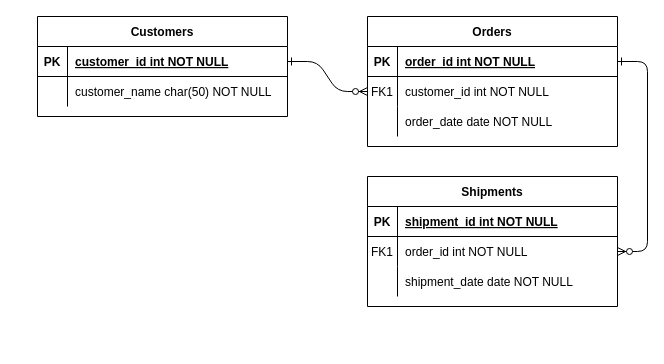
Above: db/Diagrama sin título.drawio in Mathi21as/SomosCultura (draw.io), before the change. Source tidied: cells renumbered, new cells numbered last; positions are measured from the earlier drawing's top-left corner, leaving out a move shared by most shapes. Both pictures are drawn from the tidied source at 100%, with x=0, y=0 at pixel (37, 16).
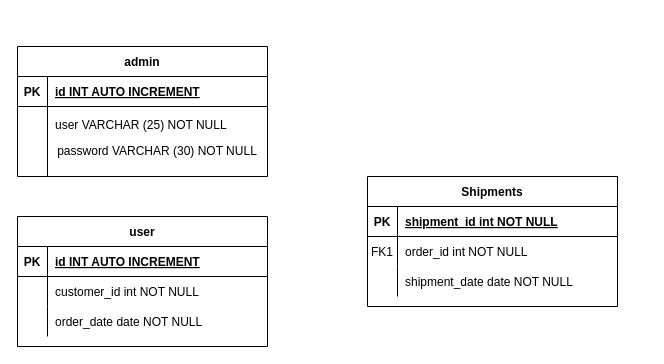
The same page after the edit.

The change refers to these unchanged cells:
```xml
<mxCell id="5" style="shape=partialRectangle;fillColor=none;points=[[0,0.5],[1,0.5]];portConstraint=eastwest;top=0;left=0;right=0;bottom=1;" parent="4" vertex="1">
  <mxGeometry y="30" width="250" height="30" as="geometry" />
</mxCell>
<mxCell id="8" style="shape=partialRectangle;fillColor=none;points=[[0,0.5],[1,0.5]];portConstraint=eastwest;top=0;left=0;right=0;bottom=0;" parent="4" vertex="1">
  <mxGeometry y="60" width="250" height="30" as="geometry" />
</mxCell>
<mxCell id="18" style="shape=partialRectangle;fillColor=none;points=[[0,0.5],[1,0.5]];portConstraint=eastwest;top=0;left=0;right=0;bottom=0;" parent="14" vertex="1">
  <mxGeometry y="60" width="250" height="30" as="geometry" />
</mxCell>
<mxCell id="25" style="shape=partialRectangle;fillColor=none;points=[[0,0.5],[1,0.5]];portConstraint=eastwest;top=0;left=0;right=0;bottom=1;" parent="24" vertex="1">
  <mxGeometry y="30" width="250" height="30" as="geometry" />
</mxCell>
```

Diff of the diagram source:
```diff
@@
-    <mxCell id="2" style="edgeStyle=entityRelationEdgeStyle;endArrow=ERzeroToMany;startArrow=ERone;endFill=1;startFill=0;" parent="1" edge="1" source="25" target="8">
-      <mxGeometry relative="1" as="geometry" />
-    </mxCell>
-    <mxCell id="3" style="edgeStyle=entityRelationEdgeStyle;endArrow=ERzeroToMany;startArrow=ERone;endFill=1;startFill=0;" parent="1" edge="1" source="5" target="18">
-      <mxGeometry relative="1" as="geometry" />
-    </mxCell>
-    <mxCell id="4" value="Orders" style="shape=table;startSize=30;childLayout=tableLayout;rowLines=0;fontStyle=1;align=center;" parent="1" vertex="1">
-      <mxGeometry x="330" width="250" height="130" as="geometry" />
+    <mxCell id="4" value="user" style="shape=table;startSize=30;childLayout=tableLayout;rowLines=0;fontStyle=1;align=center;" parent="1" vertex="1">
+      <mxGeometry x="-20" y="200" width="250" height="130" as="geometry" />
     </mxCell>
@@
-    <mxCell id="7" value="order_id int NOT NULL " style="shape=partialRectangle;overflow=hidden;fillColor=none;top=0;left=0;bottom=0;right=0;align=left;spacingLeft=6;fontStyle=5;" parent="5" vertex="1">
+    <mxCell id="7" value="id INT AUTO INCREMENT" style="shape=partialRectangle;overflow=hidden;fillColor=none;top=0;left=0;bottom=0;right=0;align=left;spacingLeft=6;fontStyle=5;" parent="5" vertex="1">
       <mxGeometry x="30" width="220" height="30" as="geometry" />
     </mxCell>
@@
-    <mxCell id="9" value="FK1" style="shape=partialRectangle;overflow=hidden;fillColor=none;top=0;left=0;bottom=0;right=0;" parent="8" vertex="1">
+    <mxCell id="9" style="shape=partialRectangle;overflow=hidden;fillColor=none;top=0;left=0;bottom=0;right=0;" parent="8" vertex="1">
       <mxGeometry width="30" height="30" as="geometry" />
     </mxCell>
@@
-    <mxCell id="24" value="Customers" style="shape=table;startSize=30;childLayout=tableLayout;rowLines=0;fontStyle=1;align=center;" parent="1" vertex="1">
-      <mxGeometry width="250" height="100" as="geometry" />
+    <mxCell id="24" value="admin" style="shape=table;startSize=30;childLayout=tableLayout;rowLines=0;fontStyle=1;align=center;" parent="1" vertex="1">
+      <mxGeometry x="-20" y="30" width="250" height="130" as="geometry" />
     </mxCell>
@@
-    <mxCell id="27" value="customer_id int NOT NULL " style="shape=partialRectangle;overflow=hidden;fillColor=none;top=0;left=0;bottom=0;right=0;align=left;spacingLeft=6;fontStyle=5;" parent="25" vertex="1">
+    <mxCell id="27" value="id INT AUTO INCREMENT" style="shape=partialRectangle;overflow=hidden;fillColor=none;top=0;left=0;bottom=0;right=0;align=left;spacingLeft=6;fontStyle=5;" parent="25" vertex="1">
       <mxGeometry x="30" width="220" height="30" as="geometry" />
     </mxCell>
     <mxCell id="28" style="shape=partialRectangle;fillColor=none;top=0;left=0;right=0;bottom=0;" parent="24" vertex="1">
-      <mxGeometry y="60" width="250" height="30" as="geometry" />
+      <mxGeometry y="60" width="250" height="50" as="geometry" />
     </mxCell>
     <mxCell id="29" style="shape=partialRectangle;overflow=hidden;fillColor=none;top=0;left=0;bottom=0;right=0;" parent="28" vertex="1">
-      <mxGeometry width="30" height="30" as="geometry" />
+      <mxGeometry width="30" height="50" as="geometry" />
     </mxCell>
-    <mxCell id="30" value="customer_name char(50) NOT NULL" style="shape=partialRectangle;overflow=hidden;fillColor=none;top=0;left=0;bottom=0;right=0;align=left;spacingLeft=6;" parent="28" vertex="1">
-      <mxGeometry x="30" width="220" height="30" as="geometry" />
+    <mxCell id="30" value="user VARCHAR (25) NOT NULL&#10;" style="shape=partialRectangle;overflow=hidden;fillColor=none;top=0;left=0;bottom=0;right=0;align=left;spacingLeft=6;" parent="28" vertex="1">
+      <mxGeometry x="30" width="220" height="50" as="geometry" />
     </mxCell>
+    <mxCell id="31" value="password VARCHAR (30) NOT NULL" style="text;html=1;strokeColor=none;fillColor=none;align=center;verticalAlign=middle;whiteSpace=wrap;rounded=0;" parent="1" vertex="1">
+      <mxGeometry x="10" y="120" width="220" height="30" as="geometry" />
+    </mxCell>
+    <mxCell id="32" style="endArrow=none;html=1;rounded=0;" parent="1" edge="1">
+      <mxGeometry relative="1" as="geometry">
+        <mxPoint x="10" y="160" as="sourcePoint" />
+        <mxPoint x="10" y="90" as="targetPoint" />
+      </mxGeometry>
+    </mxCell>
```
